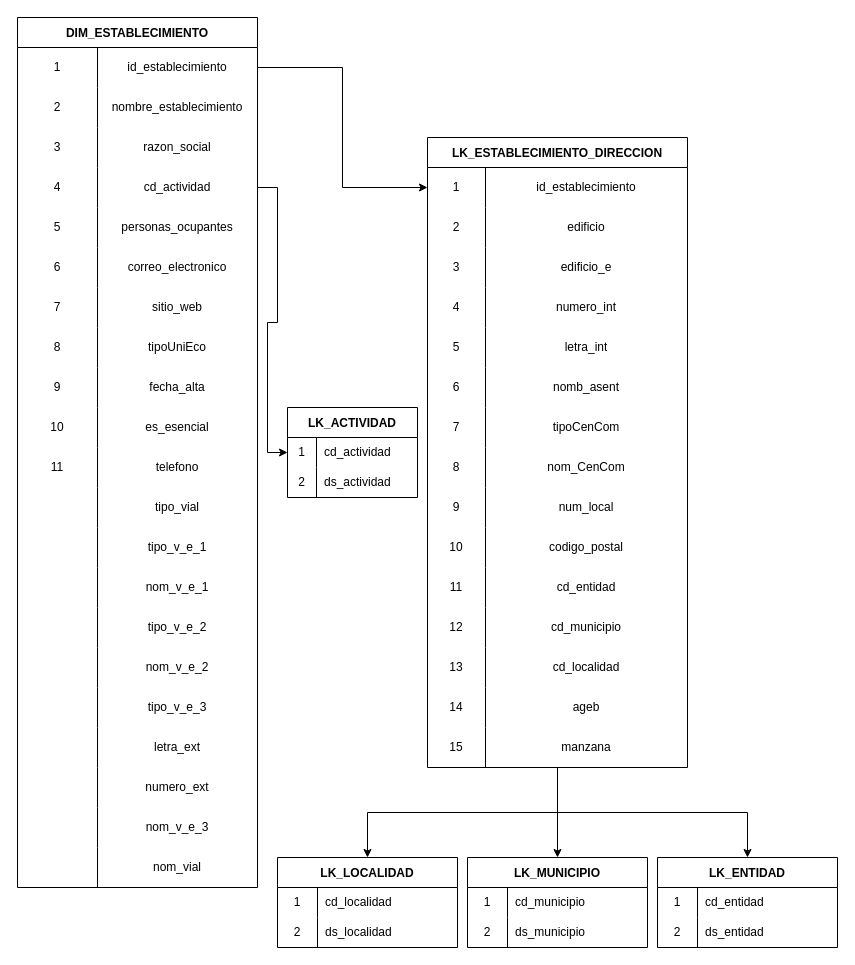
gonzaloponce/proyect-trully keeps this draw.io diagram as Trully.drawio. Above is the earlier version. Source tidied: cells renumbered, new cells numbered last; positions are measured from the earlier drawing's top-left corner, leaving out a move shared by most shapes. Both pictures are drawn from the tidied source at 100%, with x=0, y=0 at pixel (17, 17).
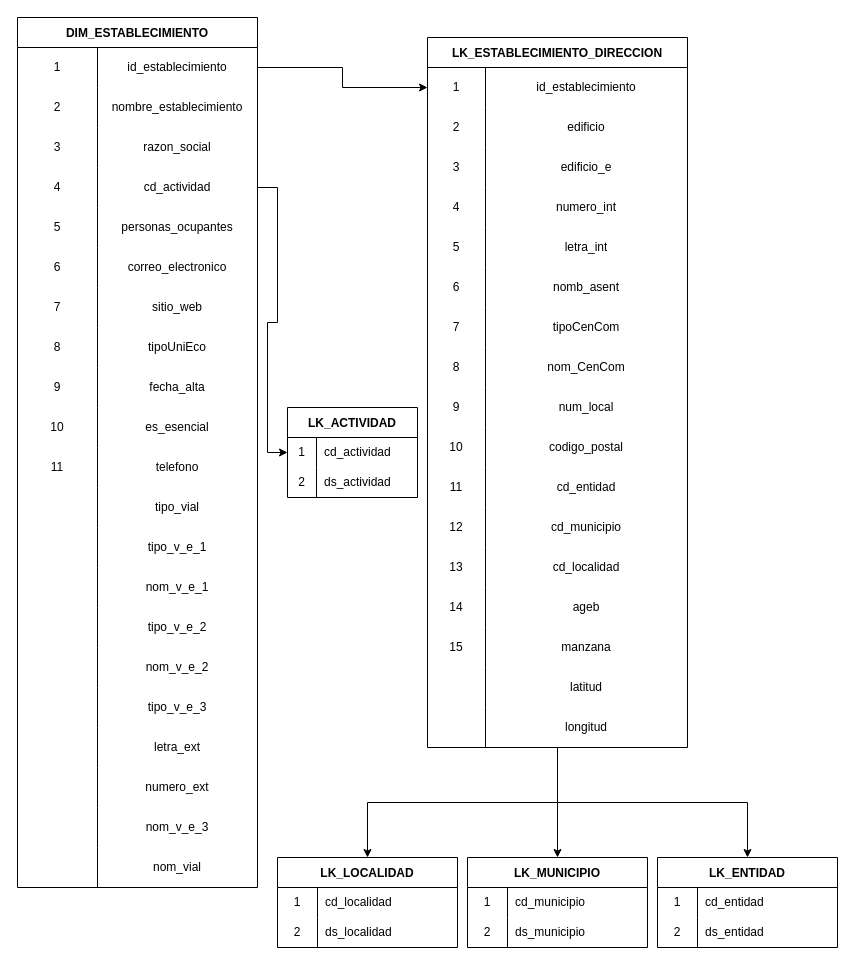
Above is the later version.

What changed in the source:
```diff
@@
     <mxCell id="98" value="LK_ESTABLECIMIENTO_DIRECCION" style="shape=table;startSize=30;childLayout=tableLayout;rowLines=0;fontStyle=1;" parent="1" vertex="1">
-      <mxGeometry x="410" y="120" width="260" height="630" as="geometry" />
+      <mxGeometry x="410" y="20" width="260" height="710" as="geometry" />
     </mxCell>
@@
+    <mxCell id="145" style="shape=tableRow;horizontal=0;startSize=0;swimlaneHead=0;swimlaneBody=0;top=0;left=0;bottom=0;right=0;fillColor=none;" parent="98" vertex="1">
+      <mxGeometry y="630" width="260" height="40" as="geometry" />
+    </mxCell>
+    <mxCell id="146" style="shape=partialRectangle;html=1;whiteSpace=wrap;overflow=hidden;fillColor=none;top=0;left=0;bottom=0;right=0;" parent="145" vertex="1">
+      <mxGeometry width="58" height="40" as="geometry" />
+    </mxCell>
+    <mxCell id="147" value="latitud" style="shape=partialRectangle;html=1;whiteSpace=wrap;overflow=hidden;fillColor=none;top=0;left=0;bottom=0;right=0;" parent="145" vertex="1">
+      <mxGeometry x="58" width="202" height="40" as="geometry" />
+    </mxCell>
+    <mxCell id="148" style="shape=tableRow;horizontal=0;startSize=0;swimlaneHead=0;swimlaneBody=0;top=0;left=0;bottom=0;right=0;fillColor=none;" parent="98" vertex="1">
+      <mxGeometry y="670" width="260" height="40" as="geometry" />
+    </mxCell>
+    <mxCell id="149" style="shape=partialRectangle;html=1;whiteSpace=wrap;overflow=hidden;fillColor=none;top=0;left=0;bottom=0;right=0;" parent="148" vertex="1">
+      <mxGeometry width="58" height="40" as="geometry" />
+    </mxCell>
+    <mxCell id="150" value="longitud" style="shape=partialRectangle;html=1;whiteSpace=wrap;overflow=hidden;fillColor=none;top=0;left=0;bottom=0;right=0;" parent="148" vertex="1">
+      <mxGeometry x="58" width="202" height="40" as="geometry" />
+    </mxCell>
```
